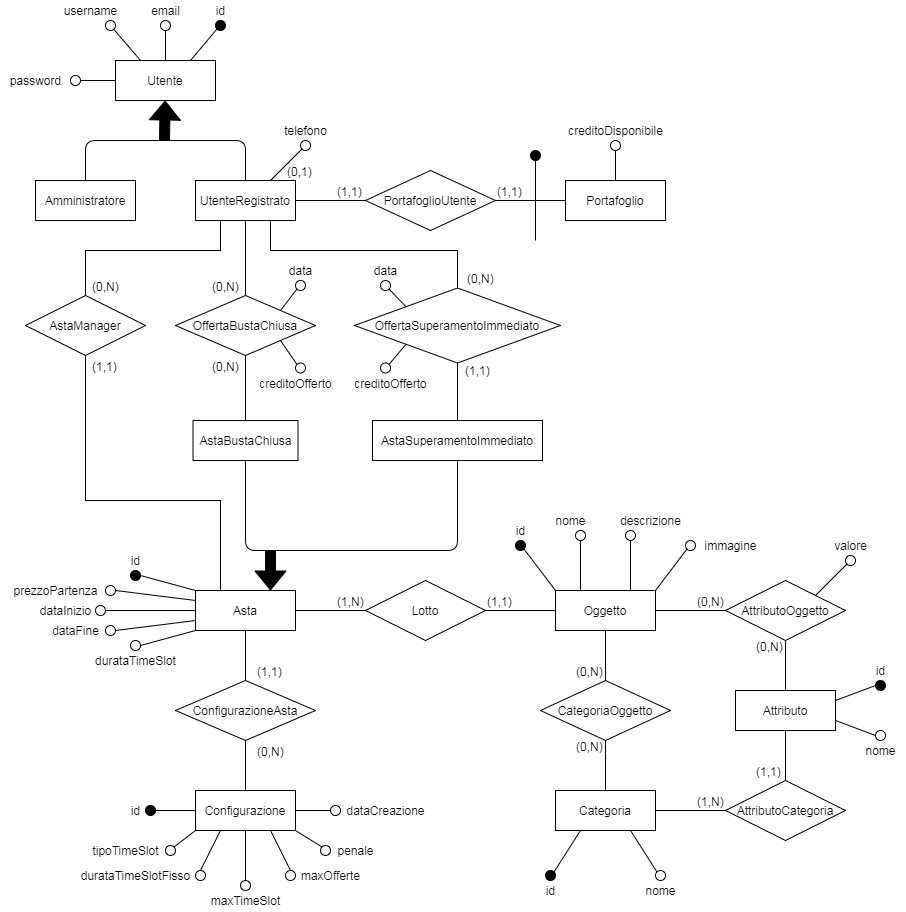
The draw.io diagram Documentazione/Progettazione/Database/Progettazione concettuale/ER Diagram.png in UnimibSoftEngCourse1920/progetto-aste-2-gruppo-aste-2, before a commit. Source tidied: cells renumbered, new cells last; positions are measured from the earlier drawing's top-left corner, leaving out a move shared by most shapes.
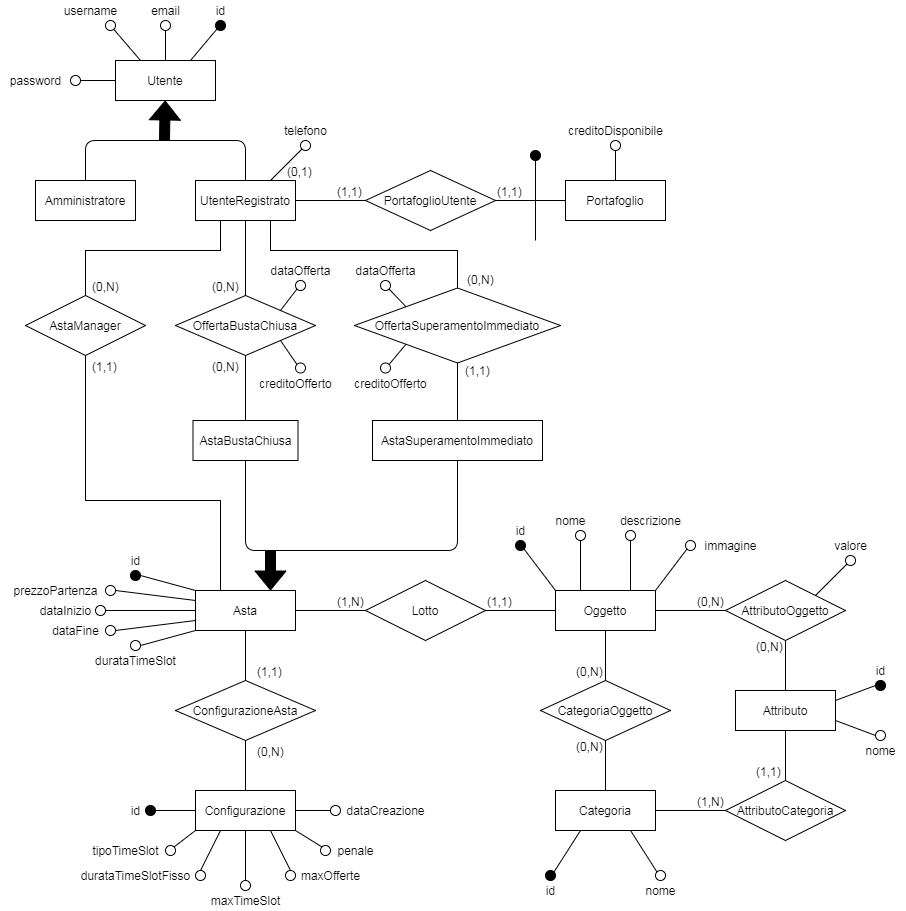
The same file after the commit.

Diff of the diagram source:
```diff
@@ -301,8 +301,8 @@
     <mxCell id="84" style="ellipse;whiteSpace=wrap;html=1;align=center;" parent="1" vertex="1">
       <mxGeometry x="195" y="870" width="10" height="10" as="geometry" />
     </mxCell>
-    <mxCell id="85" value="data" style="text;html=1;align=center;verticalAlign=middle;" parent="1" vertex="1">
-      <mxGeometry x="280" y="260" width="40" height="20" as="geometry" />
+    <mxCell id="85" value="dataOfferta" style="text;html=1;align=center;verticalAlign=middle;" parent="1" vertex="1">
+      <mxGeometry x="260" y="260" width="80" height="20" as="geometry" />
     </mxCell>
     <mxCell id="86" style="ellipse;whiteSpace=wrap;html=1;align=center;fillColor=#FFFFFF;" parent="1" vertex="1">
       <mxGeometry x="295" y="280" width="10" height="10" as="geometry" />
@@ -430,8 +430,8 @@
         <mxPoint x="195" y="67.5" as="offset" />
       </mxGeometry>
     </mxCell>
-    <mxCell id="122" value="data" style="text;html=1;align=center;verticalAlign=middle;" parent="1" vertex="1">
-      <mxGeometry x="365" y="260" width="40" height="20" as="geometry" />
+    <mxCell id="122" value="dataOfferta" style="text;html=1;align=center;verticalAlign=middle;" parent="1" vertex="1">
+      <mxGeometry x="345" y="260" width="80" height="20" as="geometry" />
     </mxCell>
     <mxCell id="123" style="ellipse;whiteSpace=wrap;html=1;align=center;fillColor=#FFFFFF;" parent="1" vertex="1">
       <mxGeometry x="380" y="280" width="10" height="10" as="geometry" />
```
